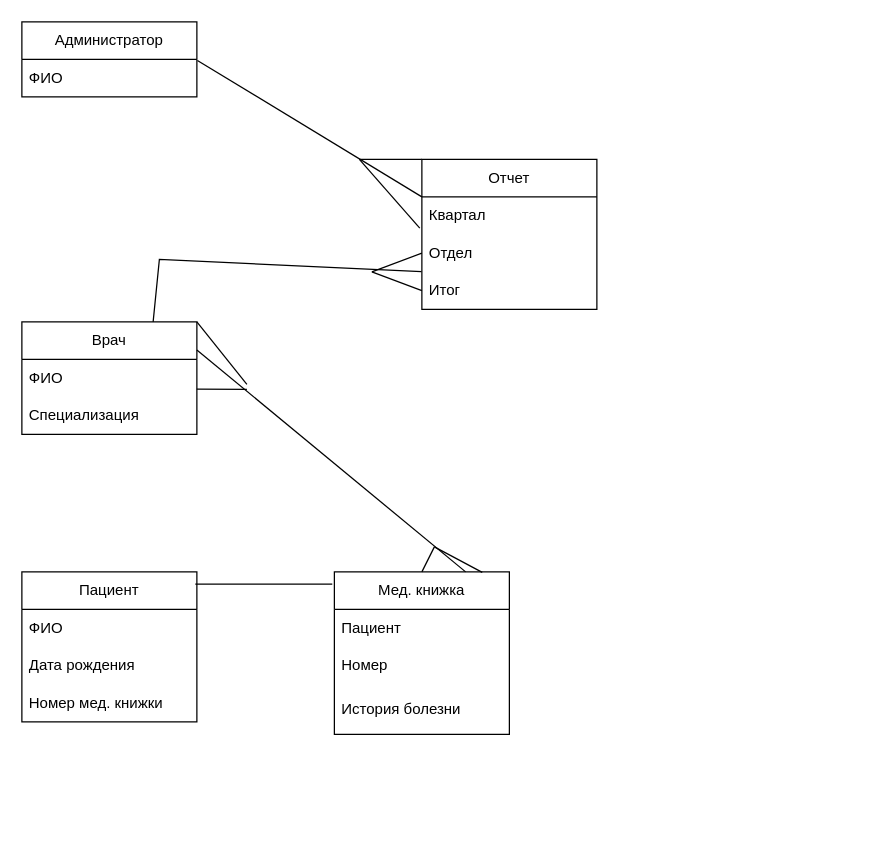
This is ER.drawio from kapec2303/kartinka, a draw.io file, before an edit. Source tidied: cells renumbered, new cells numbered last; positions are measured from the earlier drawing's top-left corner, leaving out a move shared by most shapes. Both pictures are drawn from the tidied source at 125%, with x=0, y=0 at pixel (21, 21).
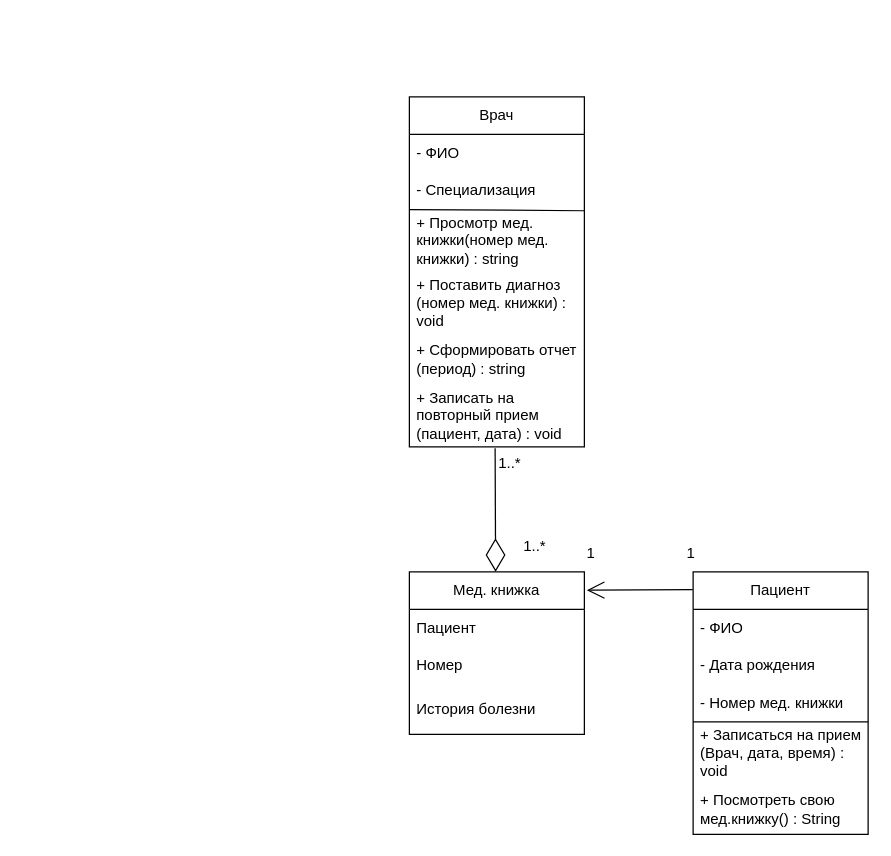
The same page after the edit.

What changed in the source:
```diff
@@
-    <mxCell id="2" value="Администратор" style="swimlane;fontStyle=0;horizontal=1;startSize=30;whiteSpace=wrap;html=1;" parent="1" vertex="1">
-      <mxGeometry width="140" height="60" as="geometry" />
-    </mxCell>
-    <mxCell id="3" value="ФИО" style="text;strokeColor=none;fillColor=none;align=left;verticalAlign=middle;spacingLeft=4;spacingRight=4;overflow=hidden;points=[[0,0.5],[1,0.5]];portConstraint=eastwest;whiteSpace=wrap;html=1;" parent="2" vertex="1">
-      <mxGeometry y="30" width="140" height="30" as="geometry" />
-    </mxCell>
     <mxCell id="4" value="Врач" style="swimlane;fontStyle=0;horizontal=1;startSize=30;whiteSpace=wrap;html=1;" parent="1" vertex="1">
-      <mxGeometry y="240" width="140" height="90" as="geometry" />
+      <mxGeometry x="310" y="60" width="140" height="280" as="geometry" />
     </mxCell>
-    <mxCell id="5" value="ФИО" style="text;strokeColor=none;fillColor=none;align=left;verticalAlign=middle;spacingLeft=4;spacingRight=4;overflow=hidden;points=[[0,0.5],[1,0.5]];portConstraint=eastwest;whiteSpace=wrap;html=1;" parent="4" vertex="1">
+    <mxCell id="5" value="- ФИО" style="text;strokeColor=none;fillColor=none;align=left;verticalAlign=middle;spacingLeft=4;spacingRight=4;overflow=hidden;points=[[0,0.5],[1,0.5]];portConstraint=eastwest;whiteSpace=wrap;html=1;" parent="4" vertex="1">
       <mxGeometry y="30" width="140" height="30" as="geometry" />
     </mxCell>
-    <mxCell id="6" value="Специализация" style="text;strokeColor=none;fillColor=none;align=left;verticalAlign=middle;spacingLeft=4;spacingRight=4;overflow=hidden;whiteSpace=wrap;html=1;" parent="4" vertex="1">
+    <mxCell id="6" value="- Специализация" style="text;strokeColor=none;fillColor=none;align=left;verticalAlign=middle;spacingLeft=4;spacingRight=4;overflow=hidden;whiteSpace=wrap;html=1;" parent="4" vertex="1">
       <mxGeometry y="60" width="140" height="30" as="geometry" />
     </mxCell>
+    <mxCell id="31" value="+ Просмотр мед. книжки(номер мед. книжки) : string" style="text;strokeColor=none;fillColor=none;align=left;verticalAlign=middle;spacingLeft=4;spacingRight=4;overflow=hidden;points=[[0,0.5],[1,0.5]];portConstraint=eastwest;whiteSpace=wrap;html=1;" parent="4" vertex="1">
+      <mxGeometry y="90" width="140" height="50" as="geometry" />
+    </mxCell>
+    <mxCell id="32" value="+ Поставить диагноз (номер мед. книжки) : void" style="text;strokeColor=none;fillColor=none;align=left;verticalAlign=middle;spacingLeft=4;spacingRight=4;overflow=hidden;whiteSpace=wrap;html=1;" parent="4" vertex="1">
+      <mxGeometry y="140" width="140" height="50" as="geometry" />
+    </mxCell>
+    <mxCell id="33" value="+ Сформировать отчет (период) : string" style="text;strokeColor=none;fillColor=none;align=left;verticalAlign=middle;spacingLeft=4;spacingRight=4;overflow=hidden;whiteSpace=wrap;html=1;" parent="4" vertex="1">
+      <mxGeometry y="190" width="140" height="40" as="geometry" />
+    </mxCell>
+    <mxCell id="34" value="+ Записать на повторный прием (пациент, дата) : void" style="text;strokeColor=none;fillColor=none;align=left;verticalAlign=middle;spacingLeft=4;spacingRight=4;overflow=hidden;points=[[0,0.5],[1,0.5]];portConstraint=eastwest;whiteSpace=wrap;html=1;" parent="4" vertex="1">
+      <mxGeometry y="230" width="140" height="50" as="geometry" />
+    </mxCell>
+    <mxCell id="35" style="endArrow=none;html=1;rounded=0;exitX=0.003;exitY=0.003;exitDx=0;exitDy=0;exitPerimeter=0;entryX=0.998;entryY=0.022;entryDx=0;entryDy=0;entryPerimeter=0;" parent="4" edge="1" source="31" target="31">
+      <mxGeometry relative="1" as="geometry" />
+    </mxCell>
     <mxCell id="7" value="Пациент" style="swimlane;fontStyle=0;horizontal=1;startSize=30;whiteSpace=wrap;html=1;" parent="1" vertex="1">
-      <mxGeometry y="440" width="140" height="120" as="geometry" />
+      <mxGeometry x="537" y="440" width="140" height="210" as="geometry" />
     </mxCell>
-    <mxCell id="8" value="ФИО" style="text;strokeColor=none;fillColor=none;align=left;verticalAlign=middle;spacingLeft=4;spacingRight=4;overflow=hidden;whiteSpace=wrap;html=1;" parent="7" vertex="1">
+    <mxCell id="8" value="- ФИО" style="text;strokeColor=none;fillColor=none;align=left;verticalAlign=middle;spacingLeft=4;spacingRight=4;overflow=hidden;whiteSpace=wrap;html=1;" parent="7" vertex="1">
       <mxGeometry y="30" width="140" height="30" as="geometry" />
     </mxCell>
-    <mxCell id="9" value="Дата рождения" style="text;strokeColor=none;fillColor=none;align=left;verticalAlign=middle;spacingLeft=4;spacingRight=4;overflow=hidden;whiteSpace=wrap;html=1;" parent="7" vertex="1">
+    <mxCell id="9" value="- Дата рождения" style="text;strokeColor=none;fillColor=none;align=left;verticalAlign=middle;spacingLeft=4;spacingRight=4;overflow=hidden;whiteSpace=wrap;html=1;" parent="7" vertex="1">
       <mxGeometry y="60" width="140" height="30" as="geometry" />
     </mxCell>
-    <mxCell id="10" value="Номер мед. книжки" style="text;strokeColor=none;fillColor=none;align=left;verticalAlign=middle;spacingLeft=4;spacingRight=4;overflow=hidden;whiteSpace=wrap;html=1;" parent="7" vertex="1">
+    <mxCell id="10" value="- Номер мед. книжки" style="text;strokeColor=none;fillColor=none;align=left;verticalAlign=middle;spacingLeft=4;spacingRight=4;overflow=hidden;whiteSpace=wrap;html=1;" parent="7" vertex="1">
       <mxGeometry y="90" width="140" height="30" as="geometry" />
     </mxCell>
-    <mxCell id="11" value="Отчет" style="swimlane;fontStyle=0;horizontal=1;startSize=30;whiteSpace=wrap;html=1;" parent="1" vertex="1">
-      <mxGeometry x="320" y="110" width="140" height="120" as="geometry" />
-    </mxCell>
-    <mxCell id="12" value="Квартал" style="text;strokeColor=none;fillColor=none;align=left;verticalAlign=middle;spacingLeft=4;spacingRight=4;overflow=hidden;points=[[0,0.5],[1,0.5]];portConstraint=eastwest;whiteSpace=wrap;html=1;" parent="11" vertex="1">
-      <mxGeometry y="30" width="140" height="30" as="geometry" />
-    </mxCell>
-    <mxCell id="13" value="Отдел" style="text;strokeColor=none;fillColor=none;align=left;verticalAlign=middle;spacingLeft=4;spacingRight=4;overflow=hidden;points=[[0,0.5],[1,0.5]];portConstraint=eastwest;whiteSpace=wrap;html=1;" parent="11" vertex="1">
-      <mxGeometry y="60" width="140" height="30" as="geometry" />
-    </mxCell>
-    <mxCell id="14" value="Итог" style="text;strokeColor=none;fillColor=none;align=left;verticalAlign=middle;spacingLeft=4;spacingRight=4;overflow=hidden;points=[[0,0.5],[1,0.5]];portConstraint=eastwest;whiteSpace=wrap;html=1;" parent="11" vertex="1">
-      <mxGeometry y="90" width="140" height="30" as="geometry" />
-    </mxCell>
+    <mxCell id="36" style="endArrow=none;html=1;rounded=0;exitX=-0.009;exitY=-0.028;exitDx=0;exitDy=0;exitPerimeter=0;entryX=0.991;entryY=0.972;entryDx=0;entryDy=0;entryPerimeter=0;" parent="7" edge="1">
+      <mxGeometry relative="1" as="geometry">
+        <mxPoint y="120" as="sourcePoint" />
+        <mxPoint x="140" y="120" as="targetPoint" />
+      </mxGeometry>
+    </mxCell>
+    <mxCell id="37" value="+ Записаться на прием (Врач, дата, время) : void" style="text;strokeColor=none;fillColor=none;align=left;verticalAlign=middle;spacingLeft=4;spacingRight=4;overflow=hidden;whiteSpace=wrap;html=1;" parent="7" vertex="1">
+      <mxGeometry y="120" width="140" height="50" as="geometry" />
+    </mxCell>
+    <mxCell id="38" value="+ Посмотреть свою мед.книжку() : String" style="text;strokeColor=none;fillColor=none;align=left;verticalAlign=middle;spacingLeft=4;spacingRight=4;overflow=hidden;whiteSpace=wrap;html=1;" parent="7" vertex="1">
+      <mxGeometry y="170" width="140" height="40" as="geometry" />
+    </mxCell>
     <mxCell id="15" value="Мед. книжка" style="swimlane;fontStyle=0;horizontal=1;startSize=30;whiteSpace=wrap;html=1;" parent="1" vertex="1">
-      <mxGeometry x="250" y="440" width="140" height="130" as="geometry" />
+      <mxGeometry x="310" y="440" width="140" height="130" as="geometry" />
     </mxCell>
@@
+    <mxCell id="39" value="1" style="text;html=1;align=center;verticalAlign=middle;strokeColor=none;fillColor=none;" parent="1" vertex="1">
+      <mxGeometry x="440" y="410" width="30" height="30" as="geometry" />
+    </mxCell>
+    <mxCell id="40" value="1" style="text;html=1;align=center;verticalAlign=middle;strokeColor=none;fillColor=none;" parent="1" vertex="1">
+      <mxGeometry x="520" y="410" width="30" height="30" as="geometry" />
+    </mxCell>
-    <mxCell id="19" style="endArrow=none;html=1;rounded=0;exitX=0.991;exitY=0.081;exitDx=0;exitDy=0;exitPerimeter=0;entryX=-0.012;entryY=0.076;entryDx=0;entryDy=0;entryPerimeter=0;" parent="1" edge="1" source="7" target="15">
+    <mxCell id="19" style="endArrow=open;endFill=1;endSize=12;html=1;rounded=0;entryX=1.014;entryY=0.113;entryDx=0;entryDy=0;entryPerimeter=0;exitX=-0.002;exitY=0.068;exitDx=0;exitDy=0;exitPerimeter=0;" parent="1" edge="1" source="7" target="15">
       <mxGeometry relative="1" as="geometry" />
     </mxCell>
-    <mxCell id="20" style="endArrow=none;html=1;rounded=0;entryX=0;entryY=0.25;entryDx=0;entryDy=0;exitX=1.003;exitY=0.028;exitDx=0;exitDy=0;exitPerimeter=0;" parent="1" edge="1" source="3" target="11">
-      <mxGeometry relative="1" as="geometry" />
-    </mxCell>
-    <mxCell id="21" style="endArrow=none;html=1;rounded=0;entryX=-0.012;entryY=0.835;entryDx=0;entryDy=0;entryPerimeter=0;" parent="1" edge="1" target="12">
-      <mxGeometry relative="1" as="geometry">
-        <mxPoint x="270" y="110" as="sourcePoint" />
-      </mxGeometry>
-    </mxCell>
-    <mxCell id="22" style="endArrow=none;html=1;rounded=0;exitX=0;exitY=0;exitDx=0;exitDy=0;" parent="1" edge="1" source="11">
-      <mxGeometry relative="1" as="geometry">
-        <mxPoint x="270" y="110" as="targetPoint" />
-      </mxGeometry>
-    </mxCell>
-    <mxCell id="23" style="endArrow=none;html=1;rounded=0;entryX=0.75;entryY=0;entryDx=0;entryDy=0;exitX=1;exitY=0.25;exitDx=0;exitDy=0;" parent="1" edge="1" source="4" target="15">
-      <mxGeometry relative="1" as="geometry" />
-    </mxCell>
-    <mxCell id="24" style="endArrow=none;html=1;rounded=0;exitX=0.999;exitY=0.793;exitDx=0;exitDy=0;exitPerimeter=0;" parent="1" edge="1" source="5">
-      <mxGeometry relative="1" as="geometry">
-        <mxPoint x="180" y="294" as="targetPoint" />
-      </mxGeometry>
-    </mxCell>
-    <mxCell id="25" style="endArrow=none;html=1;rounded=0;exitX=1;exitY=0;exitDx=0;exitDy=0;" parent="1" edge="1" source="4">
-      <mxGeometry relative="1" as="geometry">
-        <mxPoint x="180" y="290" as="targetPoint" />
-      </mxGeometry>
-    </mxCell>
-    <mxCell id="26" style="endArrow=none;html=1;rounded=0;exitX=0.5;exitY=0;exitDx=0;exitDy=0;" parent="1" edge="1" source="15">
-      <mxGeometry relative="1" as="geometry">
-        <mxPoint x="330" y="420" as="targetPoint" />
-      </mxGeometry>
-    </mxCell>
-    <mxCell id="27" style="endArrow=none;html=1;rounded=0;entryX=0.845;entryY=0.003;entryDx=0;entryDy=0;entryPerimeter=0;" parent="1" edge="1" target="15">
-      <mxGeometry relative="1" as="geometry">
-        <mxPoint x="330" y="420" as="sourcePoint" />
-      </mxGeometry>
-    </mxCell>
-    <mxCell id="28" style="endArrow=none;html=1;rounded=0;exitX=0.75;exitY=0;exitDx=0;exitDy=0;entryX=-0.002;entryY=-0.006;entryDx=0;entryDy=0;entryPerimeter=0;" parent="1" edge="1" source="4" target="14">
-      <mxGeometry relative="1" as="geometry">
-        <Array as="points">
-          <mxPoint x="110" y="190" />
-        </Array>
-      </mxGeometry>
-    </mxCell>
-    <mxCell id="29" style="endArrow=none;html=1;rounded=0;entryX=0;entryY=0.5;entryDx=0;entryDy=0;" parent="1" edge="1" target="13">
-      <mxGeometry relative="1" as="geometry">
-        <mxPoint x="280" y="200" as="sourcePoint" />
-      </mxGeometry>
-    </mxCell>
-    <mxCell id="30" style="endArrow=none;html=1;rounded=0;entryX=0;entryY=0.5;entryDx=0;entryDy=0;" parent="1" edge="1" target="14">
-      <mxGeometry relative="1" as="geometry">
-        <mxPoint x="280" y="200" as="sourcePoint" />
-      </mxGeometry>
-    </mxCell>
+    <mxCell id="41" style="endArrow=diamondThin;endFill=0;endSize=24;html=1;rounded=0;exitX=0.49;exitY=1.022;exitDx=0;exitDy=0;exitPerimeter=0;" parent="1" edge="1" source="34">
+      <mxGeometry relative="1" as="geometry">
+        <mxPoint x="379" y="440" as="targetPoint" />
+      </mxGeometry>
+    </mxCell>
+    <mxCell id="42" value="1..*" style="text;html=1;align=center;verticalAlign=middle;strokeColor=none;fillColor=none;" parent="1" vertex="1">
+      <mxGeometry x="370" y="338" width="40" height="30" as="geometry" />
+    </mxCell>
+    <mxCell id="43" value="1..*" style="text;html=1;align=center;verticalAlign=middle;strokeColor=none;fillColor=none;" parent="1" vertex="1">
+      <mxGeometry x="390" y="405" width="40" height="30" as="geometry" />
+    </mxCell>
```
